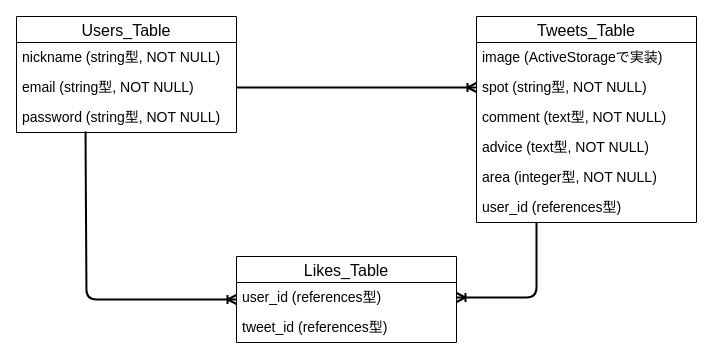
This is er_image.dio from katsu-piko/Tabisaki, a draw.io file, before an edit. Source tidied: cells renumbered, new cells numbered last; positions are measured from the earlier drawing's top-left corner, leaving out a move shared by most shapes. Both pictures are drawn from the tidied source at 100%, with x=0, y=0 at pixel (16, 16).
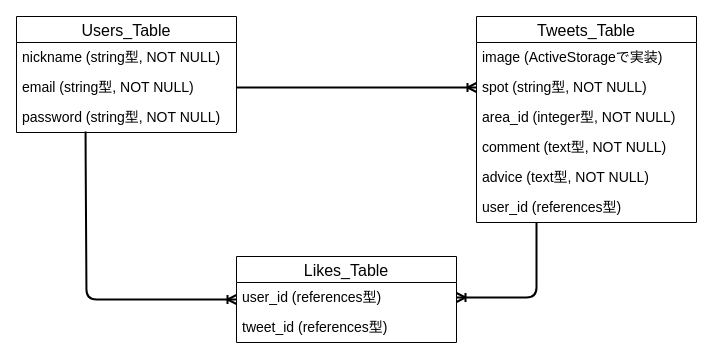
The same diagram, later.

Commit message (it also covers changes not shown here):
テーブル設計

The change refers to these unchanged cells:
```xml
<mxCell id="9" value="Tweets_Table" style="swimlane;fontStyle=0;horizontal=1;startSize=26;align=center;fontSize=16;" parent="1" vertex="1">
  <mxGeometry x="460" width="220" height="206" as="geometry" />
</mxCell>
```

What changed in the source:
```diff
@@
+    <mxCell id="14" value="area_id (integer型, NOT NULL)" style="text;strokeColor=none;fillColor=none;spacingLeft=4;spacingRight=4;overflow=hidden;fontSize=14;" parent="9" vertex="1">
+      <mxGeometry y="86" width="220" height="30" as="geometry" />
+    </mxCell>
     <mxCell id="12" value="comment (text型, NOT NULL)&#10; " style="text;strokeColor=none;fillColor=none;spacingLeft=4;spacingRight=4;overflow=hidden;fontSize=14;" parent="9" vertex="1">
-      <mxGeometry y="86" width="220" height="30" as="geometry" />
+      <mxGeometry y="116" width="220" height="30" as="geometry" />
     </mxCell>
     <mxCell id="13" value="advice (text型, NOT NULL)" style="text;strokeColor=none;fillColor=none;spacingLeft=4;spacingRight=4;overflow=hidden;fontSize=14;" parent="9" vertex="1">
-      <mxGeometry y="116" width="220" height="30" as="geometry" />
+      <mxGeometry y="146" width="220" height="30" as="geometry" />
     </mxCell>
-    <mxCell id="14" value="area (integer型, NOT NULL)" style="text;strokeColor=none;fillColor=none;spacingLeft=4;spacingRight=4;overflow=hidden;fontSize=14;" parent="9" vertex="1">
-      <mxGeometry y="146" width="220" height="30" as="geometry" />
-    </mxCell>
```
